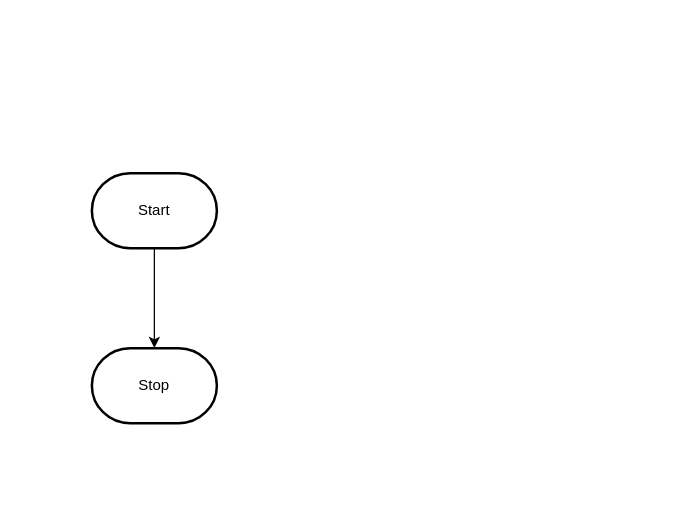
Above: design/flowchart.drawio in MTHS-ICD2O-1-2023/ICD2O-Unit-3-04-dang-2nguyen (draw.io), before the change. Source tidied: cells renumbered, new cells numbered last; positions are measured from the earlier drawing's top-left corner, leaving out a move shared by most shapes. Both pictures are drawn from the tidied source at 125%, with x=0, y=0 at pixel (91, 172).
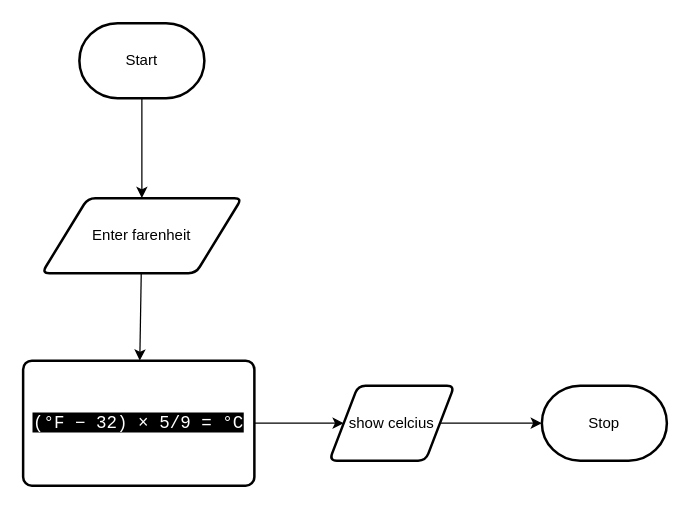
After the change.

Change to the diagram source:
```diff
@@
 <mxGraphModel>
   <root>
     <mxCell id="0" />
     <mxCell id="1" parent="0" />
-    <mxCell id="2" style="edgeStyle=orthogonalEdgeStyle;html=1;rounded=0;" parent="1" edge="1" source="3" target="4">
-      <mxGeometry relative="1" as="geometry" />
-    </mxCell>
+    <mxCell id="5" style="edgeStyle=none;html=1;entryX=0.5;entryY=0;entryDx=0;entryDy=0;" parent="1" edge="1" source="3" target="2">
+      <mxGeometry relative="1" as="geometry" />
+    </mxCell>
     <mxCell id="3" value="Start" style="strokeWidth=2;html=1;shape=mxgraph.flowchart.terminator;whiteSpace=wrap;" parent="1" vertex="1">
-      <mxGeometry width="100" height="60" as="geometry" />
+      <mxGeometry x="-10" y="-120" width="100" height="60" as="geometry" />
     </mxCell>
     <mxCell id="4" value="Stop" style="strokeWidth=2;html=1;shape=mxgraph.flowchart.terminator;whiteSpace=wrap;" parent="1" vertex="1">
-      <mxGeometry y="140" width="100" height="60" as="geometry" />
+      <mxGeometry x="360" y="170" width="100" height="60" as="geometry" />
     </mxCell>
+    <mxCell id="6" style="edgeStyle=none;html=1;" parent="1" edge="1" source="2" target="8">
+      <mxGeometry relative="1" as="geometry" />
+    </mxCell>
+    <mxCell id="2" value="Enter farenheit" style="shape=parallelogram;html=1;strokeWidth=2;perimeter=parallelogramPerimeter;whiteSpace=wrap;rounded=1;arcSize=12;size=0.23;" parent="1" vertex="1">
+      <mxGeometry x="-40" y="20" width="160" height="60" as="geometry" />
+    </mxCell>
+    <mxCell id="7" style="edgeStyle=none;html=1;" parent="1" edge="1" source="8" target="10">
+      <mxGeometry relative="1" as="geometry" />
+    </mxCell>
+    <mxCell id="8" value="&lt;div style=&quot;font-family: Consolas, &amp;quot;Courier New&amp;quot;, monospace; font-size: 14px; line-height: 19px;&quot;&gt;&lt;font style=&quot;background-color: rgb(0, 0, 0);&quot; color=&quot;#ffffff&quot;&gt;(°F − 32) × 5/9 = °C&lt;/font&gt;&lt;/div&gt;" style="rounded=1;whiteSpace=wrap;html=1;absoluteArcSize=1;arcSize=14;strokeWidth=2;" parent="1" vertex="1">
+      <mxGeometry x="-55" y="150" width="185" height="100" as="geometry" />
+    </mxCell>
+    <mxCell id="9" style="edgeStyle=none;html=1;entryX=0;entryY=0.5;entryDx=0;entryDy=0;entryPerimeter=0;" parent="1" edge="1" source="10" target="4">
+      <mxGeometry relative="1" as="geometry" />
+    </mxCell>
+    <mxCell id="10" value="show celcius" style="shape=parallelogram;html=1;strokeWidth=2;perimeter=parallelogramPerimeter;whiteSpace=wrap;rounded=1;arcSize=12;size=0.23;" parent="1" vertex="1">
+      <mxGeometry x="190" y="170" width="100" height="60" as="geometry" />
+    </mxCell>
   </root>
 </mxGraphModel>
```
